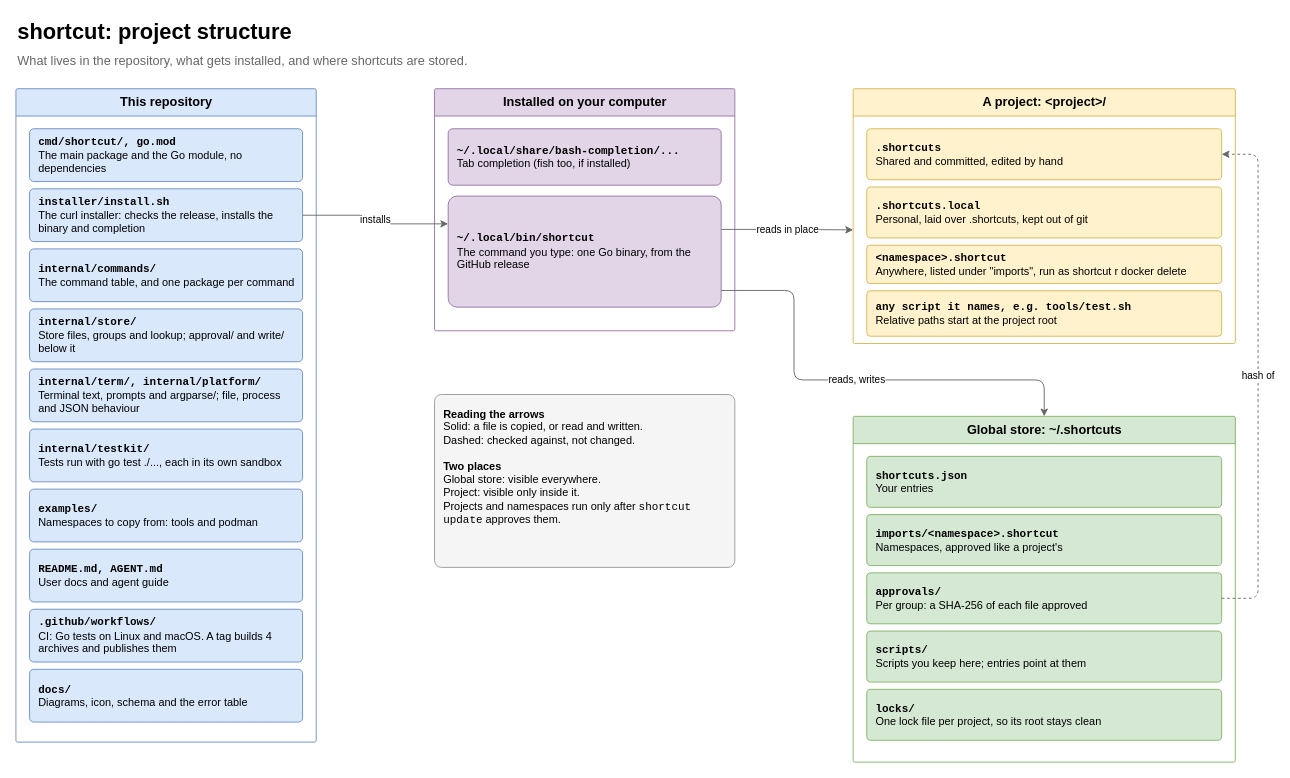
StanLukuvka/Shortcut keeps this draw.io diagram as page "1 Structure" (1 of 5) of docs/shortcut-overview.drawio. Above is the earlier version. Source tidied: cells renumbered, new cells numbered last; positions are measured from the earlier drawing's top-left corner, leaving out a move shared by most shapes. Both pictures are drawn from the tidied source at 91%, with x=0, y=0 at pixel (15, 15).
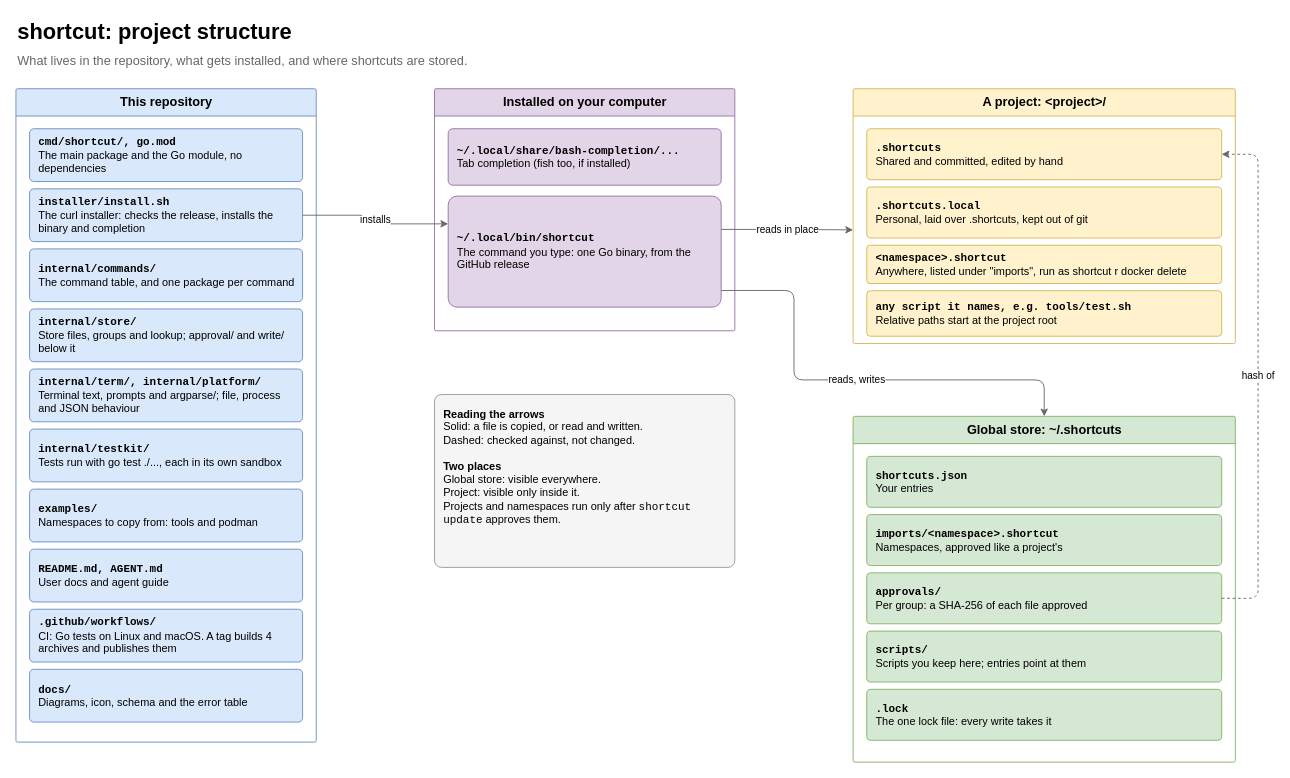
Above is the later version.

Commit message (it also covers changes not shown here):
Show the one lock file in the structure diagram

The change refers to these unchanged cells:
```xml
<mxCell id="23" value="&lt;b&gt;Global store: ~/.shortcuts&lt;/b&gt;" style="swimlane;startSize=30;html=1;rounded=1;arcSize=2;fontSize=14;fillColor=#d5e8d4;strokeColor=#82b366;swimlaneFillColor=none;" parent="1" vertex="1">
  <mxGeometry x="920" y="440" width="420" height="380" as="geometry" />
</mxCell>
```

Diff of the diagram source:
```diff
@@
-    <mxCell id="28" value="&lt;b&gt;&lt;font face=&quot;monospace&quot;&gt;locks/&lt;/font&gt;&lt;/b&gt;&lt;br&gt;One lock file per project, so its root stays clean" style="rounded=1;whiteSpace=wrap;html=1;arcSize=8;fillColor=#d5e8d4;strokeColor=#82b366;fontSize=12;align=left;spacingLeft=8;spacingRight=6;" parent="23" vertex="1">
+    <mxCell id="28" value="&lt;b&gt;&lt;font face=&quot;monospace&quot;&gt;.lock&lt;/font&gt;&lt;/b&gt;&lt;br&gt;The one lock file: every write takes it" style="rounded=1;whiteSpace=wrap;html=1;arcSize=8;fillColor=#d5e8d4;strokeColor=#82b366;fontSize=12;align=left;spacingLeft=8;spacingRight=6;" parent="23" vertex="1">
       <mxGeometry x="15" y="300" width="390" height="56" as="geometry" />
     </mxCell>
```
